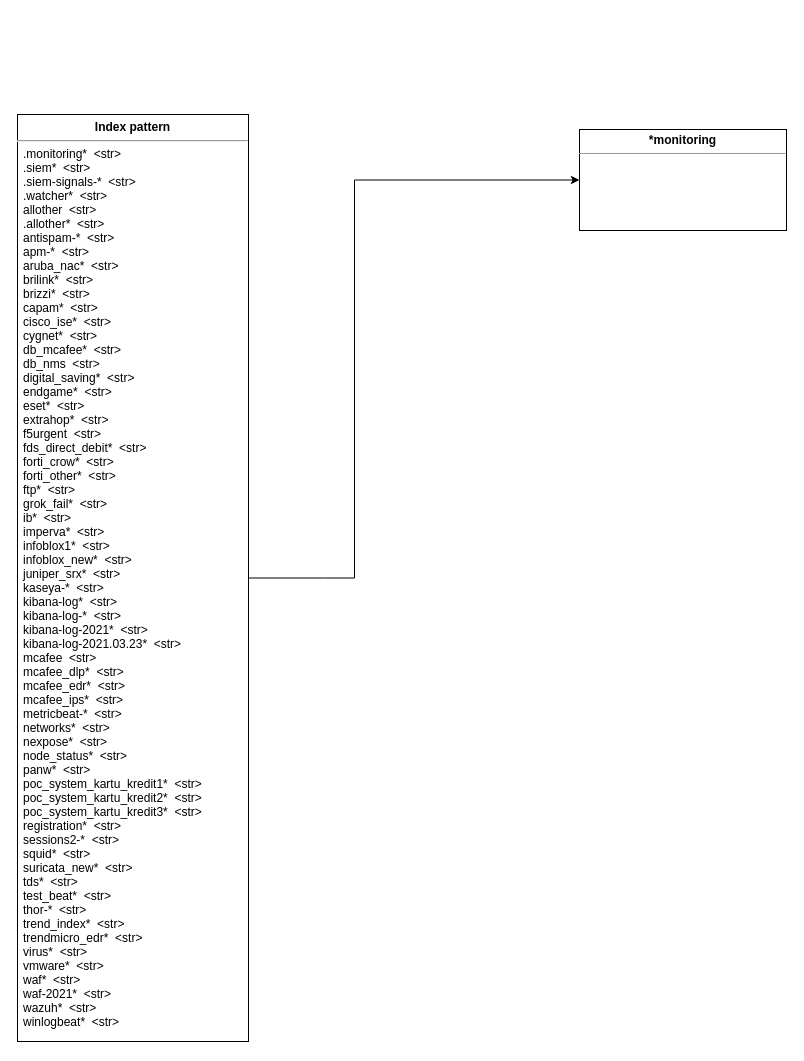
mtaufiqr27/LatihanMandiri keeps this draw.io diagram as Diagram Tanpa Judul.drawio. Above is the earlier version. Source tidied: cells renumbered, new cells numbered last; positions are measured from the earlier drawing's top-left corner, leaving out a move shared by most shapes. Both pictures are drawn from the tidied source at 100%, with x=0, y=0 at pixel (17, 114).
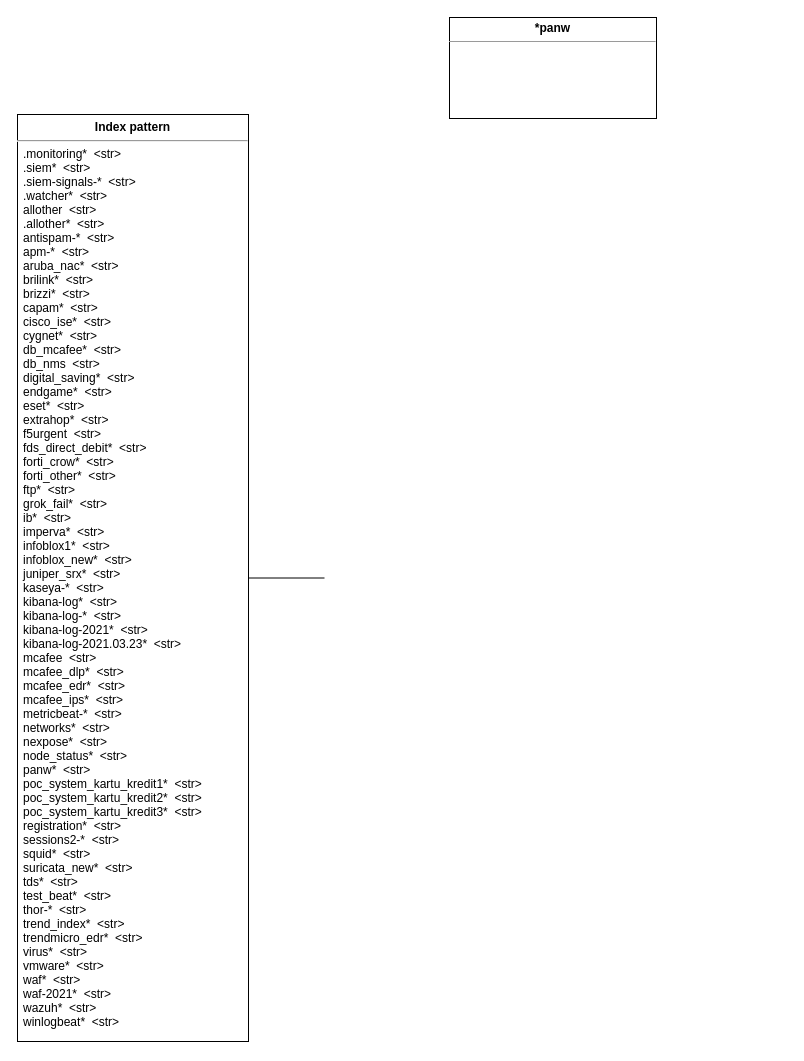
The same diagram, later.

Change to the diagram source:
```diff
@@
 <mxGraphModel>
   <root>
     <mxCell id="0" />
     <mxCell id="1" parent="0" />
     <mxCell id="2" value="&lt;p style=&quot;margin:0px;margin-top:6px;text-align:center;&quot;&gt;&lt;b&gt;Index pattern&lt;/b&gt;&lt;/p&gt;&lt;hr&gt;&lt;p style=&quot;margin:0px;margin-left:8px;&quot;&gt;&lt;br&gt;&lt;/p&gt;" style="align=left;overflow=fill;html=1;" parent="1" vertex="1">
       <mxGeometry width="231" height="927" as="geometry" />
     </mxCell>
     <mxCell id="3" value=".monitoring*  &lt;str&gt;&#10;.siem*  &lt;str&gt;&#10;.siem-signals-*  &lt;str&gt;&#10;.watcher*  &lt;str&gt;&#10;allother  &lt;str&gt;&#10;.allother*  &lt;str&gt;&#10;antispam-*  &lt;str&gt;&#10;apm-*  &lt;str&gt;&#10;aruba_nac*  &lt;str&gt;&#10;brilink*  &lt;str&gt;&#10;brizzi*  &lt;str&gt;&#10;capam*  &lt;str&gt;&#10;cisco_ise*  &lt;str&gt;&#10;cygnet*  &lt;str&gt;&#10;db_mcafee*  &lt;str&gt;&#10;db_nms  &lt;str&gt;&#10;digital_saving*  &lt;str&gt;&#10;endgame*  &lt;str&gt;&#10;eset*  &lt;str&gt;&#10;extrahop*  &lt;str&gt;&#10;f5urgent  &lt;str&gt;&#10;fds_direct_debit*  &lt;str&gt;&#10;forti_crow*  &lt;str&gt;&#10;forti_other*  &lt;str&gt;&#10;ftp*  &lt;str&gt;&#10;grok_fail*  &lt;str&gt;&#10;ib*  &lt;str&gt;&#10;imperva*  &lt;str&gt;&#10;infoblox1*  &lt;str&gt;&#10;infoblox_new*  &lt;str&gt;&#10;juniper_srx*  &lt;str&gt;&#10;kaseya-*  &lt;str&gt;&#10;kibana-log*  &lt;str&gt;&#10;kibana-log-*  &lt;str&gt;&#10;kibana-log-2021*  &lt;str&gt;&#10;kibana-log-2021.03.23*  &lt;str&gt;&#10;mcafee  &lt;str&gt;&#10;mcafee_dlp*  &lt;str&gt;&#10;mcafee_edr*  &lt;str&gt;&#10;mcafee_ips*  &lt;str&gt;&#10;metricbeat-*  &lt;str&gt;&#10;networks*  &lt;str&gt;&#10;nexpose*  &lt;str&gt;&#10;node_status*  &lt;str&gt;&#10;panw*  &lt;str&gt;&#10;poc_system_kartu_kredit1*  &lt;str&gt;&#10;poc_system_kartu_kredit2*  &lt;str&gt;&#10;poc_system_kartu_kredit3*  &lt;str&gt;&#10;registration*  &lt;str&gt;&#10;sessions2-*  &lt;str&gt;&#10;squid*  &lt;str&gt;&#10;suricata_new*  &lt;str&gt;&#10;tds*  &lt;str&gt;&#10;test_beat*  &lt;str&gt;&#10;thor-*  &lt;str&gt;&#10;trend_index*  &lt;str&gt;&#10;trendmicro_edr*  &lt;str&gt;&#10;virus*  &lt;str&gt;&#10;vmware*  &lt;str&gt;&#10;waf*  &lt;str&gt;&#10;waf-2021*  &lt;str&gt;&#10;wazuh*  &lt;str&gt;&#10;winlogbeat*  &lt;str&gt;&#10;" style="text;strokeColor=none;fillColor=none;align=left;verticalAlign=top;spacingLeft=4;spacingRight=4;overflow=hidden;" parent="1" vertex="1">
       <mxGeometry y="26" width="231" height="900" as="geometry" />
     </mxCell>
-    <mxCell id="4" value="&lt;p style=&quot;margin:0px;margin-top:4px;text-align:center;&quot;&gt;&lt;b&gt;*monitoring&lt;/b&gt;&lt;/p&gt;&lt;hr size=&quot;1&quot;&gt;&lt;div style=&quot;height:2px;&quot;&gt;&lt;/div&gt;" style="verticalAlign=top;align=left;overflow=fill;fontSize=12;fontFamily=Helvetica;html=1;" parent="1" vertex="1">
-      <mxGeometry x="562" y="15" width="207" height="101" as="geometry" />
+    <mxCell id="4" value="&lt;p style=&quot;margin:0px;margin-top:4px;text-align:center;&quot;&gt;&lt;b&gt;*panw&lt;/b&gt;&lt;/p&gt;&lt;hr size=&quot;1&quot;&gt;&lt;div style=&quot;height:2px;&quot;&gt;&lt;/div&gt;" style="verticalAlign=top;align=left;overflow=fill;fontSize=12;fontFamily=Helvetica;html=1;" parent="1" vertex="1">
+      <mxGeometry x="432" y="-97" width="207" height="101" as="geometry" />
     </mxCell>
-    <mxCell id="5" style="edgeStyle=orthogonalEdgeStyle;rounded=0;jettySize=auto;html=1;entryX=0;entryY=0.5;entryDx=0;entryDy=0;" parent="1" edge="1" source="6" target="4">
-      <mxGeometry relative="1" as="geometry">
-        <Array as="points">
-          <mxPoint x="337" y="464" />
-          <mxPoint x="337" y="66" />
-        </Array>
-      </mxGeometry>
-    </mxCell>
     <mxCell id="6" style="line;strokeWidth=1;dashed=0;labelPosition=right;align=left;verticalAlign=middle;spacingTop=0;spacingLeft=6;points=[];portConstraint=eastwest;" parent="1" vertex="1">
       <mxGeometry x="231" y="458.5" width="76" height="10" as="geometry" />
     </mxCell>
     <mxCell id="7" style="edgeStyle=orthogonalEdgeStyle;rounded=0;orthogonalLoop=1;jettySize=auto;html=1;exitX=0.5;exitY=1;exitDx=0;exitDy=0;" parent="1" edge="1" source="4" target="4">
       <mxGeometry relative="1" as="geometry" />
     </mxCell>
   </root>
 </mxGraphModel>
```
